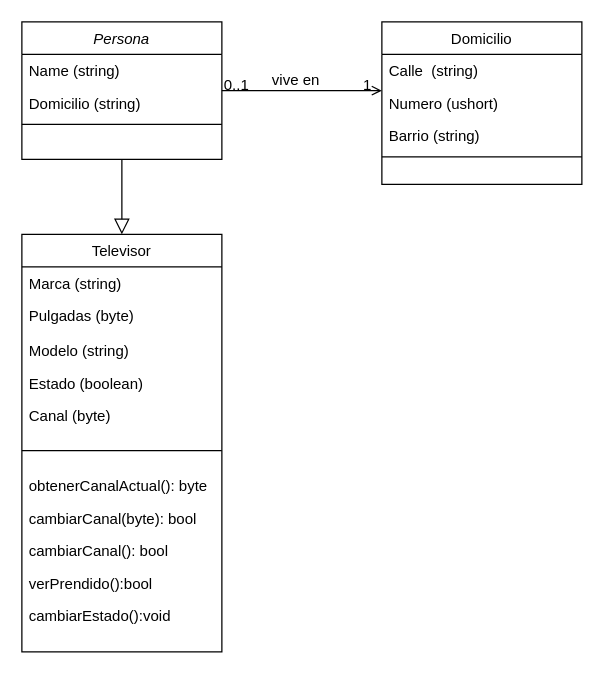
Above: Televisor.drawio in Alexa-2k/DSOO.A2.Televisor (draw.io), before the change. Source tidied: cells renumbered, new cells numbered last; positions are measured from the earlier drawing's top-left corner, leaving out a move shared by most shapes. Both pictures are drawn from the tidied source at 125%, with x=0, y=0 at pixel (21, 21).
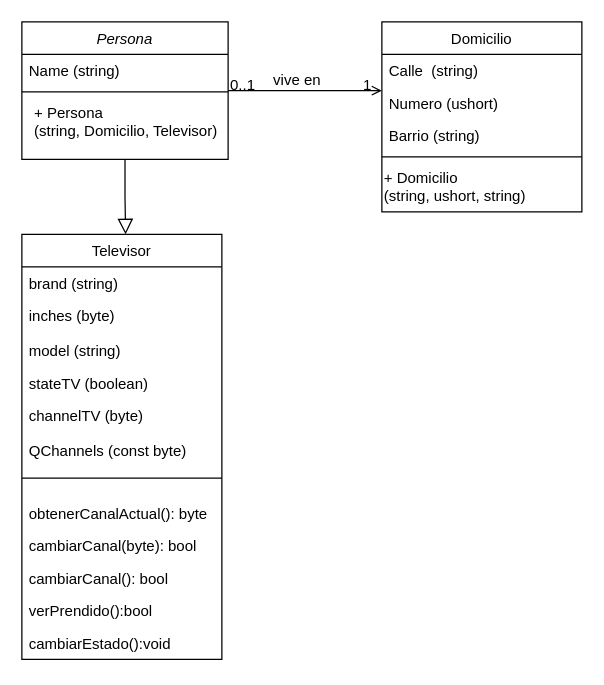
The same diagram, later.

Diff of the diagram source:
```diff
@@
     <mxCell id="2" value="Persona" style="swimlane;fontStyle=2;align=center;verticalAlign=top;horizontal=1;startSize=26;rounded=0;shadow=0;strokeWidth=1;" parent="1" vertex="1">
-      <mxGeometry width="160" height="110" as="geometry" />
+      <mxGeometry width="165" height="110" as="geometry" />
     </mxCell>
     <mxCell id="3" value="Name (string)" style="text;align=left;verticalAlign=top;spacingLeft=4;spacingRight=4;overflow=hidden;" parent="2" vertex="1">
-      <mxGeometry y="26" width="160" height="26" as="geometry" />
+      <mxGeometry y="26" width="165" height="26" as="geometry" />
     </mxCell>
-    <mxCell id="4" value="Domicilio (string)" style="text;align=left;verticalAlign=top;spacingLeft=4;spacingRight=4;overflow=hidden;rounded=0;shadow=0;html=0;" parent="2" vertex="1">
-      <mxGeometry y="52" width="160" height="26" as="geometry" />
-    </mxCell>
     <mxCell id="5" style="line;html=1;strokeWidth=1;align=left;verticalAlign=middle;spacingTop=-1;spacingLeft=3;spacingRight=3;labelPosition=right;" parent="2" vertex="1">
-      <mxGeometry y="78" width="160" height="8" as="geometry" />
+      <mxGeometry y="52" width="165" height="8" as="geometry" />
     </mxCell>
+    <mxCell id="28" value="&lt;div style=&quot;text-align: left;&quot;&gt;&lt;span style=&quot;background-color: initial;&quot;&gt;+ Persona&amp;nbsp;&lt;/span&gt;&lt;/div&gt;&lt;div&gt;(string, Domicilio, Televisor)&lt;/div&gt;" style="text;html=1;align=center;verticalAlign=middle;strokeColor=none;fillColor=none;" parent="2" vertex="1">
+      <mxGeometry y="60" width="165" height="40" as="geometry" />
+    </mxCell>
     <mxCell id="6" value="Televisor" style="swimlane;fontStyle=0;align=center;verticalAlign=top;horizontal=1;startSize=26;rounded=0;shadow=0;strokeWidth=1;" parent="1" vertex="1">
-      <mxGeometry y="170" width="160" height="334" as="geometry" />
+      <mxGeometry y="170" width="160" height="340" as="geometry" />
     </mxCell>
-    <mxCell id="7" value="Marca (string)" style="text;align=left;verticalAlign=top;spacingLeft=4;spacingRight=4;overflow=hidden;" parent="6" vertex="1">
+    <mxCell id="7" value="brand (string)" style="text;align=left;verticalAlign=top;spacingLeft=4;spacingRight=4;overflow=hidden;" parent="6" vertex="1">
       <mxGeometry y="26" width="160" height="26" as="geometry" />
     </mxCell>
-    <mxCell id="8" value="Pulgadas (byte)&#10;" style="text;align=left;verticalAlign=top;spacingLeft=4;spacingRight=4;overflow=hidden;rounded=0;shadow=0;html=0;" parent="6" vertex="1">
+    <mxCell id="8" value="inches (byte)&#10;" style="text;align=left;verticalAlign=top;spacingLeft=4;spacingRight=4;overflow=hidden;rounded=0;shadow=0;html=0;" parent="6" vertex="1">
       <mxGeometry y="52" width="160" height="28" as="geometry" />
     </mxCell>
-    <mxCell id="9" value="Modelo (string)" style="text;align=left;verticalAlign=top;spacingLeft=4;spacingRight=4;overflow=hidden;" parent="6" vertex="1">
+    <mxCell id="9" value="model (string)" style="text;align=left;verticalAlign=top;spacingLeft=4;spacingRight=4;overflow=hidden;" parent="6" vertex="1">
       <mxGeometry y="80" width="160" height="26" as="geometry" />
     </mxCell>
-    <mxCell id="10" value="Estado (boolean)" style="text;align=left;verticalAlign=top;spacingLeft=4;spacingRight=4;overflow=hidden;fontStyle=0;" parent="6" vertex="1">
+    <mxCell id="10" value="stateTV (boolean)" style="text;align=left;verticalAlign=top;spacingLeft=4;spacingRight=4;overflow=hidden;fontStyle=0;" parent="6" vertex="1">
       <mxGeometry y="106" width="160" height="26" as="geometry" />
     </mxCell>
-    <mxCell id="11" value="Canal (byte)" style="text;align=left;verticalAlign=top;spacingLeft=4;spacingRight=4;overflow=hidden;fontStyle=0;" parent="6" vertex="1">
-      <mxGeometry y="132" width="160" height="26" as="geometry" />
+    <mxCell id="11" value="channelTV (byte)&#10;&#10;QChannels (const byte)" style="text;align=left;verticalAlign=top;spacingLeft=4;spacingRight=4;overflow=hidden;fontStyle=0;" parent="6" vertex="1">
+      <mxGeometry y="132" width="160" height="48" as="geometry" />
     </mxCell>
     <mxCell id="12" style="line;html=1;strokeWidth=1;align=left;verticalAlign=middle;spacingTop=-1;spacingLeft=3;spacingRight=3;labelPosition=right;" parent="6" vertex="1">
-      <mxGeometry y="158" width="160" height="30" as="geometry" />
+      <mxGeometry y="180" width="160" height="30" as="geometry" />
     </mxCell>
     <mxCell id="13" value="obtenerCanalActual(): byte" style="text;align=left;verticalAlign=top;spacingLeft=4;spacingRight=4;overflow=hidden;fontStyle=0;" parent="6" vertex="1">
-      <mxGeometry y="188" width="160" height="26" as="geometry" />
+      <mxGeometry y="210" width="160" height="26" as="geometry" />
     </mxCell>
     <mxCell id="14" value="cambiarCanal(byte): bool" style="text;align=left;verticalAlign=top;spacingLeft=4;spacingRight=4;overflow=hidden;fontStyle=0;" parent="6" vertex="1">
-      <mxGeometry y="214" width="160" height="26" as="geometry" />
+      <mxGeometry y="236" width="160" height="26" as="geometry" />
     </mxCell>
     <mxCell id="15" value="cambiarCanal(): bool" style="text;align=left;verticalAlign=top;spacingLeft=4;spacingRight=4;overflow=hidden;fontStyle=0;" parent="6" vertex="1">
-      <mxGeometry y="240" width="160" height="26" as="geometry" />
+      <mxGeometry y="262" width="160" height="26" as="geometry" />
     </mxCell>
     <mxCell id="16" value="verPrendido():bool" style="text;align=left;verticalAlign=top;spacingLeft=4;spacingRight=4;overflow=hidden;fontStyle=0;" parent="6" vertex="1">
-      <mxGeometry y="266" width="160" height="26" as="geometry" />
+      <mxGeometry y="288" width="160" height="26" as="geometry" />
     </mxCell>
     <mxCell id="17" value="cambiarEstado():void" style="text;align=left;verticalAlign=top;spacingLeft=4;spacingRight=4;overflow=hidden;fontStyle=0;" parent="6" vertex="1">
-      <mxGeometry y="292" width="160" height="26" as="geometry" />
+      <mxGeometry y="314" width="160" height="26" as="geometry" />
     </mxCell>
-    <mxCell id="18" style="endArrow=block;endSize=10;endFill=0;shadow=0;strokeWidth=1;rounded=0;edgeStyle=elbowEdgeStyle;elbow=vertical;exitX=0.5;exitY=1;exitDx=0;exitDy=0;entryX=0.5;entryY=0;entryDx=0;entryDy=0;" parent="1" edge="1" source="2" target="6">
-      <mxGeometry relative="1" as="geometry" />
+    <mxCell id="18" style="endArrow=block;endSize=10;endFill=0;shadow=0;strokeWidth=1;rounded=0;edgeStyle=elbowEdgeStyle;elbow=vertical;exitX=0.5;exitY=1;exitDx=0;exitDy=0;" parent="1" edge="1" source="2">
+      <mxGeometry relative="1" as="geometry">
+        <mxPoint x="83" y="170" as="targetPoint" />
+      </mxGeometry>
     </mxCell>
     <mxCell id="19" value="Domicilio" style="swimlane;fontStyle=0;align=center;verticalAlign=top;horizontal=1;startSize=26;rounded=0;shadow=0;strokeWidth=1;" parent="1" vertex="1">
-      <mxGeometry x="288" width="160" height="130" as="geometry" />
+      <mxGeometry x="288" width="160" height="152" as="geometry" />
     </mxCell>
@@
+    <mxCell id="29" value="&lt;div style=&quot;&quot;&gt;&lt;span style=&quot;background-color: initial;&quot;&gt;+ Domicilio&amp;nbsp;&lt;/span&gt;&lt;/div&gt;&lt;div style=&quot;&quot;&gt;(string, ushort, string)&lt;/div&gt;" style="text;html=1;align=left;verticalAlign=middle;strokeColor=none;fillColor=none;" parent="19" vertex="1">
+      <mxGeometry y="112" width="160" height="40" as="geometry" />
+    </mxCell>
```
